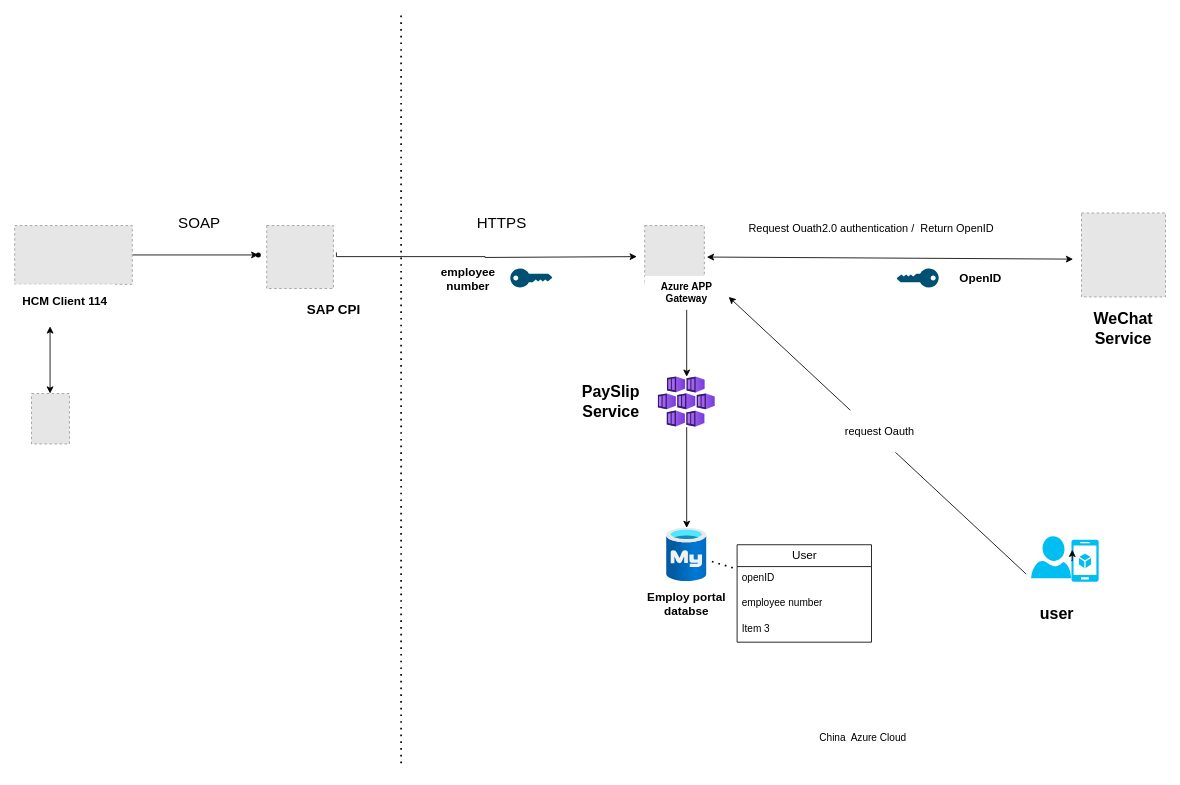
This is src/SAP.drawio from liuyuch1990/demo, a draw.io file, before an edit. Source tidied: cells renumbered, new cells numbered last; positions are measured from the earlier drawing's top-left corner, leaving out a move shared by most shapes. Both pictures are drawn from the tidied source at 84%, with x=0, y=0 at pixel (14, 15). Pictures stored in the file or linked from it are replaced by grey dashed boxes.
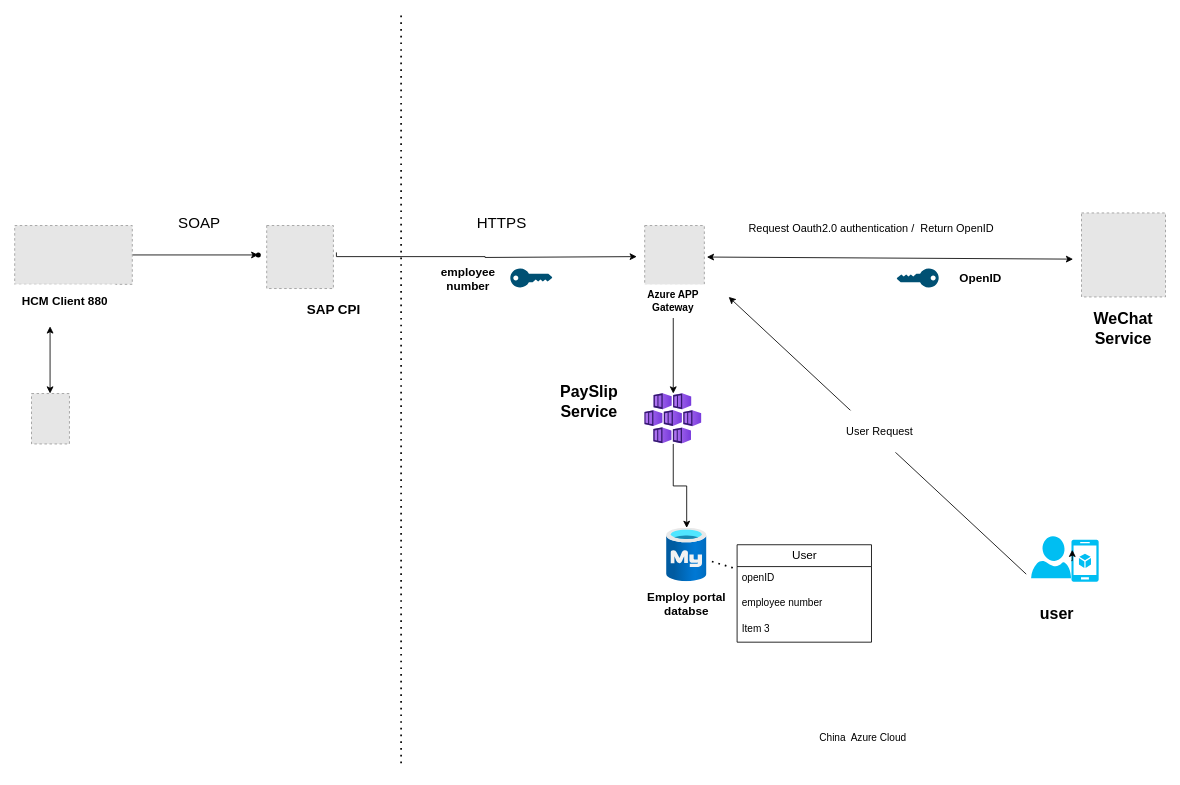
The same page after the edit.

Diff of the diagram source:
```diff
@@
-    <mxCell id="8" value="&lt;b&gt;&lt;font style=&quot;font-size: 14px;&quot;&gt;HCM Client 114&lt;/font&gt;&lt;/b&gt;" style="rounded=0;whiteSpace=wrap;html=1;strokeColor=none;" parent="1" vertex="1">
+    <mxCell id="8" value="&lt;b&gt;&lt;font style=&quot;font-size: 14px;&quot;&gt;HCM Client 880&lt;/font&gt;&lt;/b&gt;" style="rounded=0;whiteSpace=wrap;html=1;strokeColor=none;" parent="1" vertex="1">
       <mxGeometry y="320" width="120" height="40" as="geometry" />
     </mxCell>
@@
     <mxCell id="16" value="&lt;b&gt;Azure APP Gateway&lt;/b&gt;" style="rounded=0;whiteSpace=wrap;html=1;strokeColor=none;" parent="1" vertex="1">
-      <mxGeometry x="750" y="310" width="100" height="40" as="geometry" />
+      <mxGeometry x="734" y="320" width="100" height="40" as="geometry" />
     </mxCell>
@@
     <mxCell id="18" style="image;html=1;points=[];align=center;fontSize=12;image=img/lib/azure2/containers/Kubernetes_Services.svg;rounded=0;strokeColor=default;verticalAlign=middle;fontFamily=Helvetica;fontColor=default;fillColor=default;" parent="1" vertex="1">
-      <mxGeometry x="766" y="430" width="68" height="60" as="geometry" />
+      <mxGeometry x="750" y="450" width="68" height="60" as="geometry" />
     </mxCell>
@@
     <mxCell id="20" value="&lt;span style=&quot;font-size: 19px;&quot;&gt;&lt;b&gt;PaySlip Service&lt;/b&gt;&lt;/span&gt;" style="rounded=0;whiteSpace=wrap;html=1;strokeColor=none;" parent="1" vertex="1">
-      <mxGeometry x="660" y="440" width="100" height="40" as="geometry" />
+      <mxGeometry x="634" y="440" width="100" height="40" as="geometry" />
     </mxCell>
@@
-    <mxCell id="30" value="&lt;span style=&quot;font-size: 13px;&quot;&gt;request Oauth&lt;/span&gt;" style="whiteSpace=wrap;html=1;rounded=0;strokeColor=none;align=center;verticalAlign=middle;fontFamily=Helvetica;fontSize=12;fontColor=default;fillColor=default;" parent="1" vertex="1">
+    <mxCell id="30" value="&lt;span style=&quot;font-size: 13px;&quot;&gt;User Request&lt;/span&gt;" style="whiteSpace=wrap;html=1;rounded=0;strokeColor=none;align=center;verticalAlign=middle;fontFamily=Helvetica;fontSize=12;fontColor=default;fillColor=default;" parent="1" vertex="1">
       <mxGeometry x="970" y="470" width="120" height="50" as="geometry" />
     </mxCell>
@@
-    <mxCell id="32" value="&lt;span style=&quot;font-size: 13px;&quot;&gt;Request Ouath2.0 authentication /&amp;nbsp; Return OpenID&lt;/span&gt;" style="whiteSpace=wrap;html=1;rounded=0;strokeColor=none;align=center;verticalAlign=middle;fontFamily=Helvetica;fontSize=12;fontColor=default;fillColor=default;" parent="1" vertex="1">
+    <mxCell id="32" value="&lt;span style=&quot;font-size: 13px;&quot;&gt;Request Oauth2.0 authentication /&amp;nbsp; Return OpenID&lt;/span&gt;" style="whiteSpace=wrap;html=1;rounded=0;strokeColor=none;align=center;verticalAlign=middle;fontFamily=Helvetica;fontSize=12;fontColor=default;fillColor=default;" parent="1" vertex="1">
       <mxGeometry x="870" y="227.5" width="300" height="50" as="geometry" />
     </mxCell>
```
